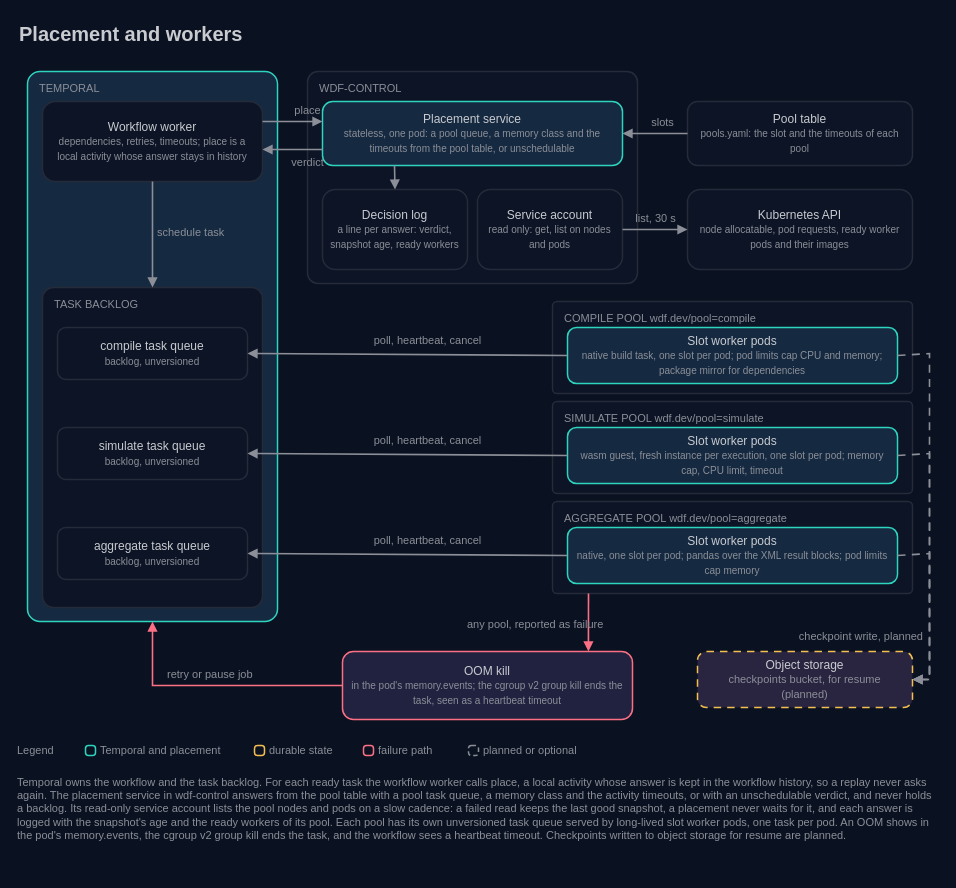
This is docs/architecture/11-placement-and-workers.drawio from AndoNorth/disyard, a draw.io file, before an edit. Source tidied: cells renumbered, new cells numbered last; positions are measured from the earlier drawing's top-left corner, leaving out a move shared by most shapes. Both pictures are drawn from the tidied source at 100%, with x=0, y=0 at pixel (17, 17).
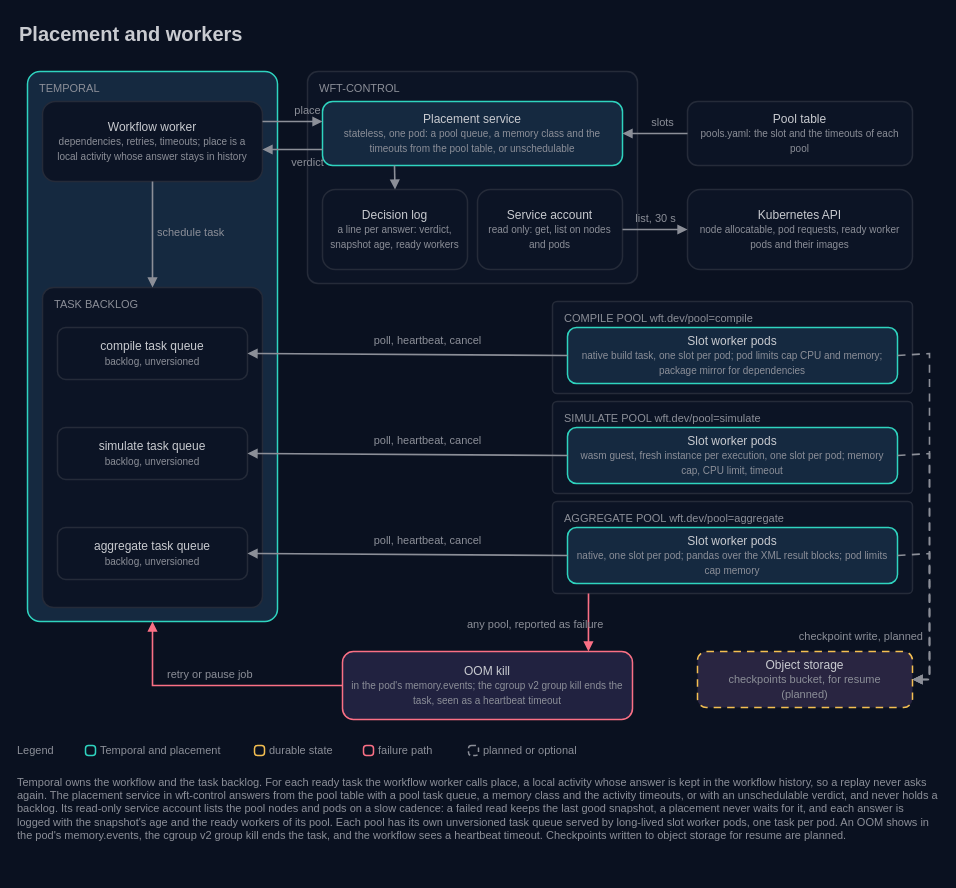
After the change.

Change to the diagram source:
```diff
@@
-    <mxCell id="12" value="WDF-CONTROL" style="text;html=1;strokeColor=none;fillColor=none;align=left;verticalAlign=middle;whiteSpace=nowrap;fontColor=#8c8f98;fontSize=11;fontFamily=IBM Plex Mono;spacing=0;" parent="1" vertex="1">
+    <mxCell id="12" value="WFT-CONTROL" style="text;html=1;strokeColor=none;fillColor=none;align=left;verticalAlign=middle;whiteSpace=nowrap;fontColor=#8c8f98;fontSize=11;fontFamily=IBM Plex Mono;spacing=0;" parent="1" vertex="1">
       <mxGeometry x="302" y="62" width="306" height="18" as="geometry" />
     </mxCell>
@@
-    <mxCell id="19" value="COMPILE POOL  wdf.dev/pool=compile" style="text;html=1;strokeColor=none;fillColor=none;align=left;verticalAlign=middle;whiteSpace=nowrap;fontColor=#8c8f98;fontSize=11;fontFamily=IBM Plex Mono;spacing=0;" parent="1" vertex="1">
+    <mxCell id="19" value="COMPILE POOL  wft.dev/pool=compile" style="text;html=1;strokeColor=none;fillColor=none;align=left;verticalAlign=middle;whiteSpace=nowrap;fontColor=#8c8f98;fontSize=11;fontFamily=IBM Plex Mono;spacing=0;" parent="1" vertex="1">
       <mxGeometry x="547" y="292" width="336" height="18" as="geometry" />
     </mxCell>
@@
-    <mxCell id="22" value="SIMULATE POOL  wdf.dev/pool=simulate" style="text;html=1;strokeColor=none;fillColor=none;align=left;verticalAlign=middle;whiteSpace=nowrap;fontColor=#8c8f98;fontSize=11;fontFamily=IBM Plex Mono;spacing=0;" parent="1" vertex="1">
+    <mxCell id="22" value="SIMULATE POOL  wft.dev/pool=simulate" style="text;html=1;strokeColor=none;fillColor=none;align=left;verticalAlign=middle;whiteSpace=nowrap;fontColor=#8c8f98;fontSize=11;fontFamily=IBM Plex Mono;spacing=0;" parent="1" vertex="1">
       <mxGeometry x="547" y="392" width="336" height="18" as="geometry" />
     </mxCell>
@@
-    <mxCell id="25" value="AGGREGATE POOL  wdf.dev/pool=aggregate" style="text;html=1;strokeColor=none;fillColor=none;align=left;verticalAlign=middle;whiteSpace=nowrap;fontColor=#8c8f98;fontSize=11;fontFamily=IBM Plex Mono;spacing=0;" parent="1" vertex="1">
+    <mxCell id="25" value="AGGREGATE POOL  wft.dev/pool=aggregate" style="text;html=1;strokeColor=none;fillColor=none;align=left;verticalAlign=middle;whiteSpace=nowrap;fontColor=#8c8f98;fontSize=11;fontFamily=IBM Plex Mono;spacing=0;" parent="1" vertex="1">
       <mxGeometry x="547" y="492" width="336" height="18" as="geometry" />
     </mxCell>
@@
-    <mxCell id="63" value="Temporal owns the workflow and the task backlog. For each ready task the workflow worker calls place, a local activity whose answer is kept in the workflow history, so a replay never asks again. The placement service in wdf-control answers from the pool table with a pool task queue, a memory class and the activity timeouts, or with an unschedulable verdict, and never holds a backlog. Its read-only service account lists the pool nodes and pods on a slow cadence: a failed read keeps the last good snapshot, a placement never waits for it, and each answer is logged with the snapshot's age and the ready workers of its pool. Each pool has its own unversioned task queue served by long-lived slot worker pods, one task per pod. An OOM shows in the pod's memory.events, the cgroup v2 group kill ends the task, and the workflow sees a heartbeat timeout. Checkpoints written to object storage for resume are planned." style="text;html=1;strokeColor=none;fillColor=none;align=left;verticalAlign=top;whiteSpace=wrap;fontColor=#8c8f98;fontSize=11;fontFamily=IBM Plex Sans;spacing=0;" parent="1" vertex="1">
+    <mxCell id="63" value="Temporal owns the workflow and the task backlog. For each ready task the workflow worker calls place, a local activity whose answer is kept in the workflow history, so a replay never asks again. The placement service in wft-control answers from the pool table with a pool task queue, a memory class and the activity timeouts, or with an unschedulable verdict, and never holds a backlog. Its read-only service account lists the pool nodes and pods on a slow cadence: a failed read keeps the last good snapshot, a placement never waits for it, and each answer is logged with the snapshot's age and the ready workers of its pool. Each pool has its own unversioned task queue served by long-lived slot worker pods, one task per pod. An OOM shows in the pod's memory.events, the cgroup v2 group kill ends the task, and the workflow sees a heartbeat timeout. Checkpoints written to object storage for resume are planned." style="text;html=1;strokeColor=none;fillColor=none;align=left;verticalAlign=top;whiteSpace=wrap;fontColor=#8c8f98;fontSize=11;fontFamily=IBM Plex Sans;spacing=0;" parent="1" vertex="1">
       <mxGeometry y="754" width="920" height="100" as="geometry" />
     </mxCell>
```
